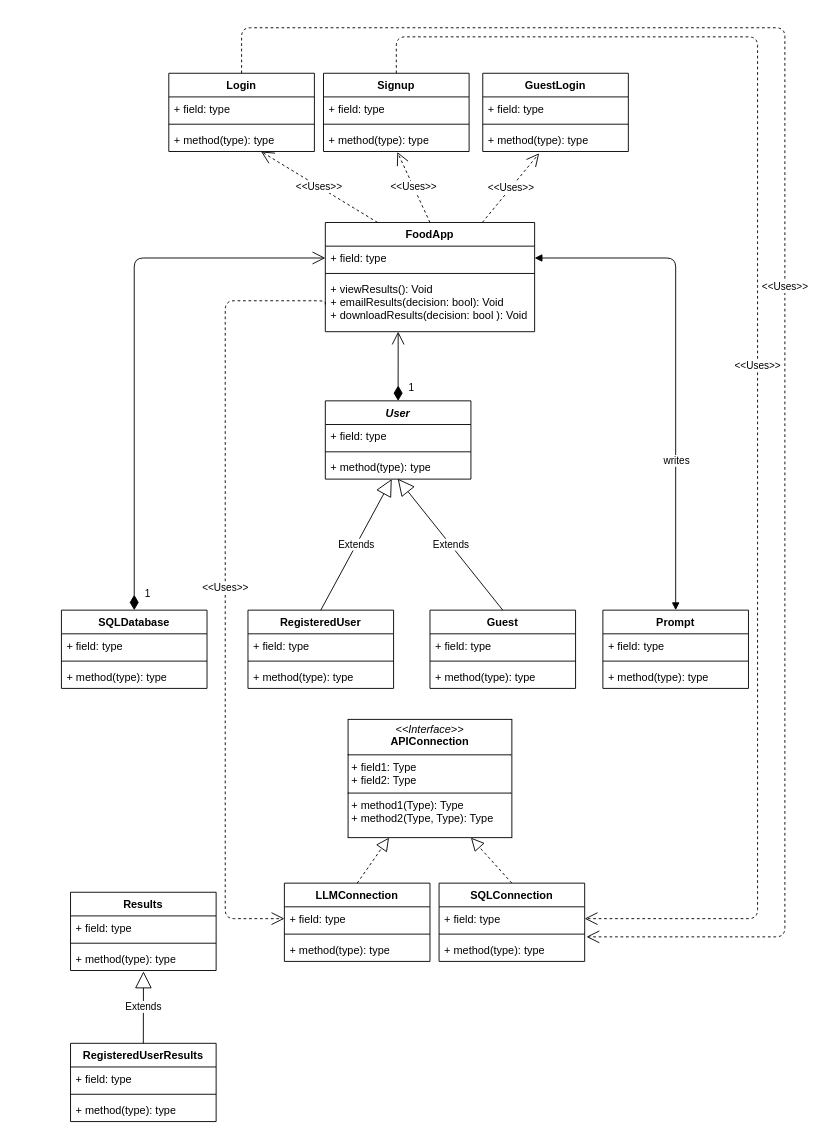
Above: page "Business_layer" (1 of 2) of diagrams/project_UML.drawio in Mark-Guerta/SENG401_project_group14_L01 (draw.io), before the change. Source tidied: cells renumbered, new cells numbered last; positions are measured from the earlier drawing's top-left corner, leaving out a move shared by most shapes. Both pictures are drawn from the tidied source at 91%, with x=0, y=0 at pixel (61, 27).
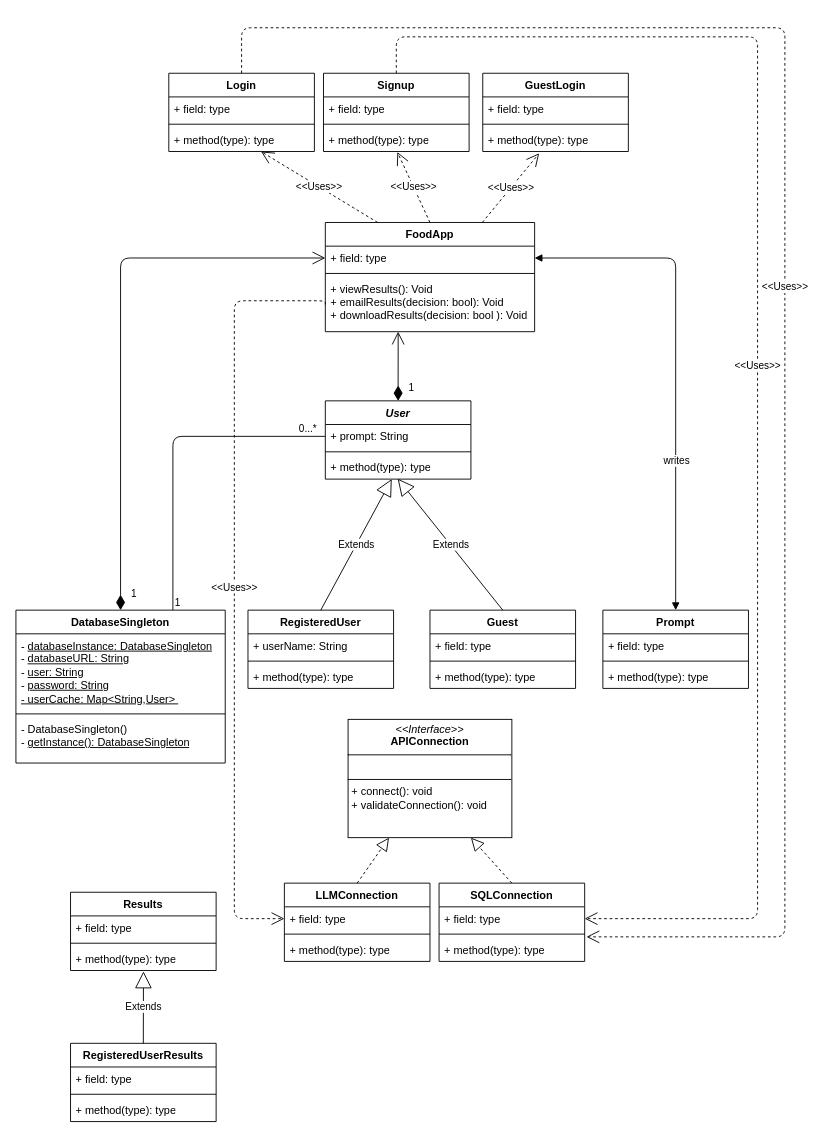
After the change.

Commit message:
finished businesslogic and presentation logic layer UML

Unchanged cells that the change refers to:
```xml
<mxCell id="2" value="&lt;i&gt;User&lt;/i&gt;" style="swimlane;fontStyle=1;align=center;verticalAlign=top;horizontal=1;startSize=26;whiteSpace=wrap;html=1;" parent="1" vertex="1">
  <mxGeometry x="290" y="410" width="160" height="86" as="geometry" />
</mxCell>
<mxCell id="6" value="RegisteredUser" style="swimlane;fontStyle=1;align=center;verticalAlign=top;horizontal=1;startSize=26;whiteSpace=wrap;html=1;" parent="1" vertex="1">
  <mxGeometry x="205" y="640" width="160" height="86" as="geometry" />
</mxCell>
<mxCell id="47" value="+ field: type" style="text;strokeColor=none;fillColor=none;align=left;verticalAlign=top;spacingLeft=4;spacingRight=4;overflow=hidden;points=[[0,0.5],[1,0.5]];portConstraint=eastwest;whiteSpace=wrap;html=1;" parent="46" vertex="1">
  <mxGeometry y="26" width="160" height="26" as="geometry" />
</mxCell>
<mxCell id="60" value="&lt;div&gt;+ viewResults(): Void&amp;nbsp;&lt;/div&gt;&lt;div&gt;+ emailResults(decision: bool): Void&lt;/div&gt;&lt;div&gt;+ downloadResults(decision: bool ): Void&lt;/div&gt;" style="text;strokeColor=none;fillColor=none;align=left;verticalAlign=top;spacingLeft=4;spacingRight=4;overflow=hidden;points=[[0,0.5],[1,0.5]];portConstraint=eastwest;whiteSpace=wrap;html=1;" parent="57" vertex="1">
  <mxGeometry y="60" width="230" height="60" as="geometry" />
</mxCell>
```

The edit, as a diff of the source:
```diff
@@
-    <mxCell id="3" value="+ field: type" style="text;strokeColor=none;fillColor=none;align=left;verticalAlign=top;spacingLeft=4;spacingRight=4;overflow=hidden;points=[[0,0.5],[1,0.5]];portConstraint=eastwest;whiteSpace=wrap;html=1;" parent="2" vertex="1">
+    <mxCell id="3" value="+ prompt: String" style="text;strokeColor=none;fillColor=none;align=left;verticalAlign=top;spacingLeft=4;spacingRight=4;overflow=hidden;points=[[0,0.5],[1,0.5]];portConstraint=eastwest;whiteSpace=wrap;html=1;" parent="2" vertex="1">
       <mxGeometry y="26" width="160" height="26" as="geometry" />
     </mxCell>
@@
-    <mxCell id="7" value="+ field: type" style="text;strokeColor=none;fillColor=none;align=left;verticalAlign=top;spacingLeft=4;spacingRight=4;overflow=hidden;whiteSpace=wrap;html=1;" parent="6" vertex="1">
+    <mxCell id="7" value="+ userName: String" style="text;strokeColor=none;fillColor=none;align=left;verticalAlign=top;spacingLeft=4;spacingRight=4;overflow=hidden;whiteSpace=wrap;html=1;" parent="6" vertex="1">
       <mxGeometry y="26" width="160" height="26" as="geometry" />
     </mxCell>
@@
-    <mxCell id="38" value="SQLDatabase" style="swimlane;fontStyle=1;align=center;verticalAlign=top;horizontal=1;startSize=26;whiteSpace=wrap;html=1;" parent="1" vertex="1">
-      <mxGeometry y="640" width="160" height="86" as="geometry" />
+    <mxCell id="38" value="DatabaseSingleton" style="swimlane;fontStyle=1;align=center;verticalAlign=top;horizontal=1;startSize=26;whiteSpace=wrap;html=1;" parent="1" vertex="1">
+      <mxGeometry x="-50" y="640" width="230" height="168" as="geometry" />
     </mxCell>
-    <mxCell id="39" value="+ field: type" style="text;strokeColor=none;fillColor=none;align=left;verticalAlign=top;spacingLeft=4;spacingRight=4;overflow=hidden;whiteSpace=wrap;html=1;" parent="38" vertex="1">
-      <mxGeometry y="26" width="160" height="26" as="geometry" />
+    <mxCell id="39" value="-&amp;nbsp;&lt;u&gt;databaseInstance: DatabaseSingleton&lt;/u&gt;&lt;div&gt;-&amp;nbsp;&lt;u&gt;databaseURL: String&lt;/u&gt;&lt;/div&gt;&lt;div&gt;-&amp;nbsp;&lt;u&gt;user: String&lt;/u&gt;&lt;/div&gt;&lt;div&gt;-&amp;nbsp;&lt;u&gt;password: String&lt;/u&gt;&lt;/div&gt;&lt;div&gt;&lt;u&gt;- userCache: Map&amp;lt;String,User&amp;gt;&amp;nbsp;&lt;/u&gt;&lt;/div&gt;" style="text;strokeColor=none;fillColor=none;align=left;verticalAlign=top;spacingLeft=4;spacingRight=4;overflow=hidden;whiteSpace=wrap;html=1;" parent="38" vertex="1">
+      <mxGeometry y="26" width="230" height="84" as="geometry" />
     </mxCell>
     <mxCell id="40" style="line;strokeWidth=1;fillColor=none;align=left;verticalAlign=middle;spacingTop=-1;spacingLeft=3;spacingRight=3;labelPosition=right;strokeColor=inherit;" parent="38" vertex="1">
-      <mxGeometry y="52" width="160" height="8" as="geometry" />
+      <mxGeometry y="110" width="230" height="8" as="geometry" />
     </mxCell>
-    <mxCell id="41" value="+ method(type): type" style="text;strokeColor=none;fillColor=none;align=left;verticalAlign=top;spacingLeft=4;spacingRight=4;overflow=hidden;whiteSpace=wrap;html=1;" parent="38" vertex="1">
-      <mxGeometry y="60" width="160" height="26" as="geometry" />
+    <mxCell id="41" value="- DatabaseSingleton()&lt;div&gt;- &lt;u&gt;getInstance(): DatabaseSingleton&lt;/u&gt;&lt;/div&gt;" style="text;strokeColor=none;fillColor=none;align=left;verticalAlign=top;spacingLeft=4;spacingRight=4;overflow=hidden;whiteSpace=wrap;html=1;" parent="38" vertex="1">
+      <mxGeometry y="118" width="230" height="50" as="geometry" />
     </mxCell>
@@
-    <mxCell id="50" value="&lt;p style=&quot;margin:0px;margin-top:4px;text-align:center;&quot;&gt;&lt;i&gt;&amp;lt;&amp;lt;Interface&amp;gt;&amp;gt;&lt;/i&gt;&lt;br&gt;&lt;b&gt;APIConnection&lt;/b&gt;&lt;/p&gt;&lt;hr size=&quot;1&quot; style=&quot;border-style:solid;&quot;&gt;&lt;p style=&quot;margin:0px;margin-left:4px;&quot;&gt;+ field1: Type&lt;br&gt;+ field2: Type&lt;/p&gt;&lt;hr size=&quot;1&quot; style=&quot;border-style:solid;&quot;&gt;&lt;p style=&quot;margin:0px;margin-left:4px;&quot;&gt;+ method1(Type): Type&lt;br&gt;+ method2(Type, Type): Type&lt;/p&gt;" style="verticalAlign=top;align=left;overflow=fill;html=1;whiteSpace=wrap;" parent="1" vertex="1">
+    <mxCell id="50" value="&lt;p style=&quot;margin:0px;margin-top:4px;text-align:center;&quot;&gt;&lt;i&gt;&amp;lt;&amp;lt;Interface&amp;gt;&amp;gt;&lt;/i&gt;&lt;br&gt;&lt;b&gt;APIConnection&lt;/b&gt;&lt;/p&gt;&lt;hr size=&quot;1&quot; style=&quot;border-style:solid;&quot;&gt;&lt;p style=&quot;margin:0px;margin-left:4px;&quot;&gt;&lt;br&gt;&lt;/p&gt;&lt;hr size=&quot;1&quot; style=&quot;border-style:solid;&quot;&gt;&lt;p style=&quot;margin:0px;margin-left:4px;&quot;&gt;+ connect(): void&lt;br&gt;+ validateConnection(): void&lt;/p&gt;" style="verticalAlign=top;align=left;overflow=fill;html=1;whiteSpace=wrap;" parent="1" vertex="1">
       <mxGeometry x="315" y="760" width="180" height="130" as="geometry" />
     </mxCell>
@@
     <mxCell id="68" value="&amp;lt;&amp;lt;Uses&amp;gt;&amp;gt;" style="endArrow=open;endSize=12;dashed=1;html=1;exitX=0;exitY=0.5;exitDx=0;exitDy=0;edgeStyle=orthogonalEdgeStyle;entryX=0;entryY=0.5;entryDx=0;entryDy=0;" parent="1" edge="1" source="60" target="47">
       <mxGeometry relative="1" as="geometry">
         <Array as="points">
-          <mxPoint x="180" y="300" />
-          <mxPoint x="180" y="979" />
+          <mxPoint x="290" y="300" />
+          <mxPoint x="190" y="300" />
+          <mxPoint x="190" y="979" />
         </Array>
       </mxGeometry>
     </mxCell>
@@
+    <mxCell id="70" style="endArrow=none;html=1;edgeStyle=orthogonalEdgeStyle;exitX=0.75;exitY=0;exitDx=0;exitDy=0;entryX=0;entryY=0.5;entryDx=0;entryDy=0;" parent="1" edge="1" source="38" target="3">
+      <mxGeometry relative="1" as="geometry" />
+    </mxCell>
+    <mxCell id="71" value="1" style="edgeLabel;html=1;align=left;verticalAlign=bottom;" parent="70" vertex="1">
+      <mxGeometry x="-1" relative="1" as="geometry" />
+    </mxCell>
+    <mxCell id="72" value="0...*" style="edgeLabel;html=1;align=right;verticalAlign=bottom;" parent="70" vertex="1">
+      <mxGeometry x="1" relative="1" as="geometry">
+        <mxPoint x="-10" as="offset" />
+      </mxGeometry>
+    </mxCell>
```
